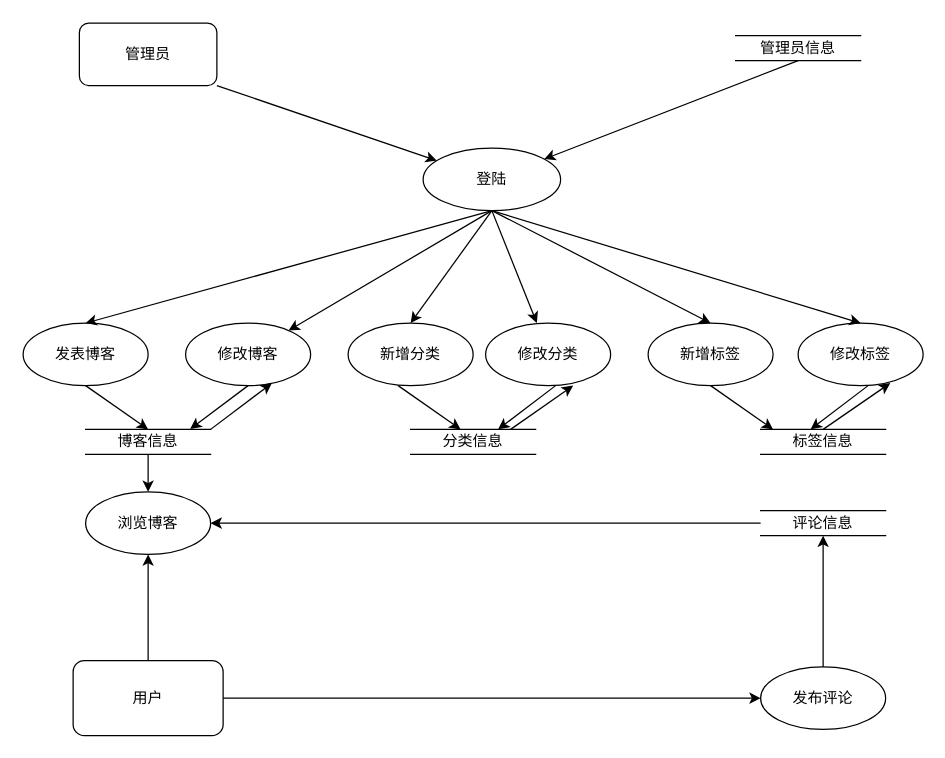
The draw.io diagram 未命名绘图.drawio in zyl-2000/draw, before the edit. Source tidied: cells renumbered, new cells numbered last; positions are measured from the earlier drawing's top-left corner, leaving out a move shared by most shapes. Both pictures are drawn from the tidied source at 125%, with x=0, y=0 at pixel (22, 22).
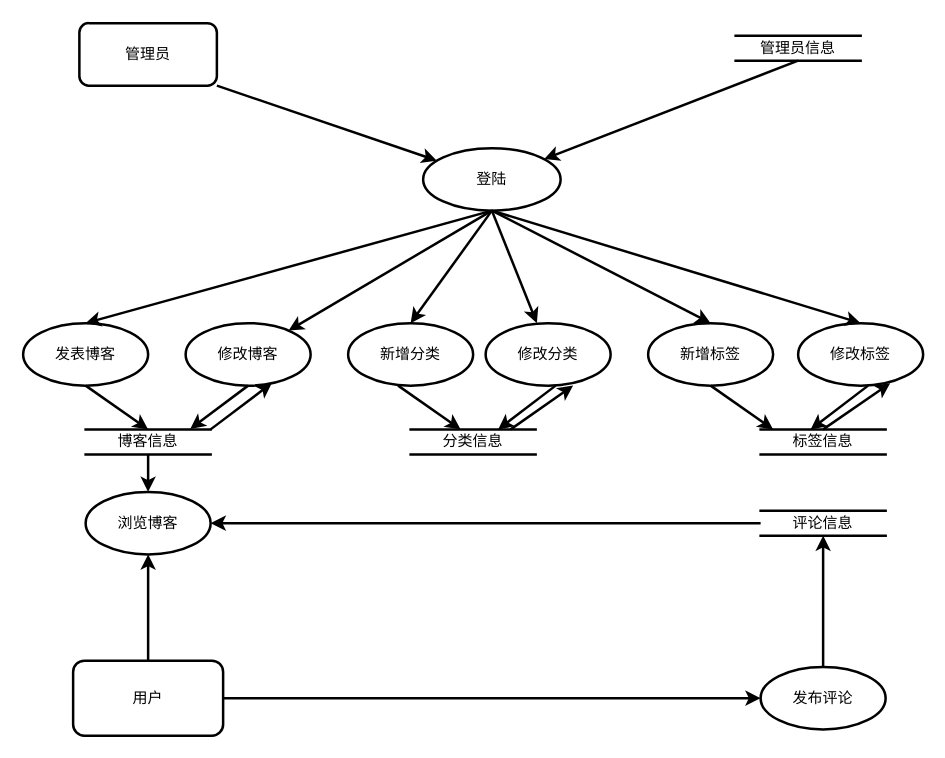
The same page after the edit.

Commit message:
更新未命名绘图.drawio

Diff of the diagram source:
```diff
@@
-    <mxCell id="2" value="管理员" style="html=1;whiteSpace=wrap;rounded=1;" parent="1" vertex="1">
+    <mxCell id="2" value="管理员" style="html=1;whiteSpace=wrap;rounded=1;strokeWidth=2;" parent="1" vertex="1">
       <mxGeometry x="45" width="110" height="50" as="geometry" />
     </mxCell>
-    <mxCell id="3" value="登陆" style="ellipse;whiteSpace=wrap;html=1;rounded=1;" parent="1" vertex="1">
+    <mxCell id="3" value="登陆" style="ellipse;whiteSpace=wrap;html=1;rounded=1;strokeWidth=2;" parent="1" vertex="1">
       <mxGeometry x="320" y="100" width="110" height="50" as="geometry" />
     </mxCell>
-    <mxCell id="4" value="发表博客" style="ellipse;whiteSpace=wrap;html=1;rounded=1;" parent="1" vertex="1">
+    <mxCell id="4" value="发表博客" style="ellipse;whiteSpace=wrap;html=1;rounded=1;strokeWidth=2;" parent="1" vertex="1">
       <mxGeometry y="240" width="100" height="50" as="geometry" />
     </mxCell>
-    <mxCell id="5" value="修改博客" style="ellipse;whiteSpace=wrap;html=1;rounded=1;" parent="1" vertex="1">
+    <mxCell id="5" value="修改博客" style="ellipse;whiteSpace=wrap;html=1;rounded=1;strokeWidth=2;" parent="1" vertex="1">
       <mxGeometry x="130" y="240" width="100" height="50" as="geometry" />
     </mxCell>
-    <mxCell id="6" value="新增分类" style="ellipse;whiteSpace=wrap;html=1;rounded=1;" parent="1" vertex="1">
+    <mxCell id="6" value="新增分类" style="ellipse;whiteSpace=wrap;html=1;rounded=1;strokeWidth=2;" parent="1" vertex="1">
       <mxGeometry x="260" y="240" width="100" height="50" as="geometry" />
     </mxCell>
-    <mxCell id="7" value="修改分类" style="ellipse;whiteSpace=wrap;html=1;rounded=1;" parent="1" vertex="1">
+    <mxCell id="7" value="修改分类" style="ellipse;whiteSpace=wrap;html=1;rounded=1;strokeWidth=2;" parent="1" vertex="1">
       <mxGeometry x="370" y="240" width="100" height="50" as="geometry" />
     </mxCell>
-    <mxCell id="8" value="新增标签" style="ellipse;whiteSpace=wrap;html=1;rounded=1;" parent="1" vertex="1">
+    <mxCell id="8" value="新增标签" style="ellipse;whiteSpace=wrap;html=1;rounded=1;strokeWidth=2;" parent="1" vertex="1">
       <mxGeometry x="500" y="240" width="100" height="50" as="geometry" />
     </mxCell>
-    <mxCell id="9" value="修改标签" style="ellipse;whiteSpace=wrap;html=1;rounded=1;" parent="1" vertex="1">
+    <mxCell id="9" value="修改标签" style="ellipse;whiteSpace=wrap;html=1;rounded=1;strokeWidth=2;" parent="1" vertex="1">
       <mxGeometry x="620" y="240" width="100" height="50" as="geometry" />
     </mxCell>
-    <mxCell id="10" value="博客信息" style="shape=partialRectangle;whiteSpace=wrap;html=1;left=0;right=0;fillColor=none;rounded=1;" parent="1" vertex="1">
+    <mxCell id="10" value="博客信息" style="shape=partialRectangle;whiteSpace=wrap;html=1;left=0;right=0;fillColor=none;rounded=1;strokeWidth=2;" parent="1" vertex="1">
       <mxGeometry x="50" y="325" width="100" height="20" as="geometry" />
     </mxCell>
-    <mxCell id="11" value="标签信息" style="shape=partialRectangle;whiteSpace=wrap;html=1;left=0;right=0;fillColor=none;rounded=1;" parent="1" vertex="1">
+    <mxCell id="11" value="标签信息" style="shape=partialRectangle;whiteSpace=wrap;html=1;left=0;right=0;fillColor=none;rounded=1;strokeWidth=2;" parent="1" vertex="1">
       <mxGeometry x="590" y="325" width="100" height="20" as="geometry" />
     </mxCell>
-    <mxCell id="12" value="分类信息" style="shape=partialRectangle;whiteSpace=wrap;html=1;left=0;right=0;fillColor=none;rounded=1;" parent="1" vertex="1">
+    <mxCell id="12" value="分类信息" style="shape=partialRectangle;whiteSpace=wrap;html=1;left=0;right=0;fillColor=none;rounded=1;strokeWidth=2;" parent="1" vertex="1">
       <mxGeometry x="310" y="325" width="100" height="20" as="geometry" />
     </mxCell>
-    <mxCell id="13" style="endArrow=classic;html=1;rounded=1;exitX=1;exitY=1;exitDx=0;exitDy=0;" parent="1" edge="1" source="2" target="3">
+    <mxCell id="13" style="endArrow=classic;html=1;rounded=1;exitX=1;exitY=1;exitDx=0;exitDy=0;strokeWidth=2;" parent="1" edge="1" source="2" target="3">
       <mxGeometry relative="1" as="geometry" />
     </mxCell>
-    <mxCell id="14" style="endArrow=classic;html=1;rounded=1;entryX=0.5;entryY=0;entryDx=0;entryDy=0;exitX=0.5;exitY=1;exitDx=0;exitDy=0;" parent="1" edge="1" source="3" target="4">
+    <mxCell id="14" style="endArrow=classic;html=1;rounded=1;entryX=0.5;entryY=0;entryDx=0;entryDy=0;exitX=0.5;exitY=1;exitDx=0;exitDy=0;strokeWidth=2;" parent="1" edge="1" source="3" target="4">
       <mxGeometry relative="1" as="geometry" />
     </mxCell>
-    <mxCell id="15" style="endArrow=classic;html=1;rounded=1;exitX=0.5;exitY=1;exitDx=0;exitDy=0;" parent="1" edge="1" source="3" target="5">
+    <mxCell id="15" style="endArrow=classic;html=1;rounded=1;exitX=0.5;exitY=1;exitDx=0;exitDy=0;strokeWidth=2;" parent="1" edge="1" source="3" target="5">
       <mxGeometry relative="1" as="geometry" />
     </mxCell>
-    <mxCell id="16" style="endArrow=classic;html=1;rounded=1;entryX=0.41;entryY=0;entryDx=0;entryDy=0;entryPerimeter=0;exitX=0.5;exitY=1;exitDx=0;exitDy=0;" parent="1" edge="1" source="3" target="7">
+    <mxCell id="16" style="endArrow=classic;html=1;rounded=1;entryX=0.41;entryY=0;entryDx=0;entryDy=0;entryPerimeter=0;exitX=0.5;exitY=1;exitDx=0;exitDy=0;strokeWidth=2;" parent="1" edge="1" source="3" target="7">
       <mxGeometry relative="1" as="geometry" />
     </mxCell>
-    <mxCell id="17" style="endArrow=classic;html=1;rounded=1;entryX=0.5;entryY=0;entryDx=0;entryDy=0;exitX=0.5;exitY=1;exitDx=0;exitDy=0;" parent="1" edge="1" source="3" target="6">
+    <mxCell id="17" style="endArrow=classic;html=1;rounded=1;entryX=0.5;entryY=0;entryDx=0;entryDy=0;exitX=0.5;exitY=1;exitDx=0;exitDy=0;strokeWidth=2;" parent="1" edge="1" source="3" target="6">
       <mxGeometry relative="1" as="geometry" />
     </mxCell>
-    <mxCell id="18" style="endArrow=classic;html=1;rounded=1;entryX=0.5;entryY=0;entryDx=0;entryDy=0;exitX=0.5;exitY=1;exitDx=0;exitDy=0;" parent="1" edge="1" source="3" target="9">
+    <mxCell id="18" style="endArrow=classic;html=1;rounded=1;entryX=0.5;entryY=0;entryDx=0;entryDy=0;exitX=0.5;exitY=1;exitDx=0;exitDy=0;strokeWidth=2;" parent="1" edge="1" source="3" target="9">
       <mxGeometry relative="1" as="geometry" />
     </mxCell>
-    <mxCell id="19" style="endArrow=classic;html=1;rounded=1;entryX=0.5;entryY=0;entryDx=0;entryDy=0;exitX=0.5;exitY=1;exitDx=0;exitDy=0;" parent="1" edge="1" source="3" target="8">
+    <mxCell id="19" style="endArrow=classic;html=1;rounded=1;entryX=0.5;entryY=0;entryDx=0;entryDy=0;exitX=0.5;exitY=1;exitDx=0;exitDy=0;strokeWidth=2;" parent="1" edge="1" source="3" target="8">
       <mxGeometry relative="1" as="geometry" />
     </mxCell>
-    <mxCell id="20" style="endArrow=classic;html=1;rounded=1;entryX=0.5;entryY=0;entryDx=0;entryDy=0;exitX=0.5;exitY=1;exitDx=0;exitDy=0;" parent="1" edge="1" source="4" target="10">
+    <mxCell id="20" style="endArrow=classic;html=1;rounded=1;entryX=0.5;entryY=0;entryDx=0;entryDy=0;exitX=0.5;exitY=1;exitDx=0;exitDy=0;strokeWidth=2;" parent="1" edge="1" source="4" target="10">
       <mxGeometry relative="1" as="geometry" />
     </mxCell>
-    <mxCell id="21" style="endArrow=classic;html=1;rounded=1;entryX=0.837;entryY=-0.017;entryDx=0;entryDy=0;entryPerimeter=0;" parent="1" edge="1" target="10">
+    <mxCell id="21" style="endArrow=classic;html=1;rounded=1;entryX=0.837;entryY=-0.017;entryDx=0;entryDy=0;entryPerimeter=0;strokeWidth=2;" parent="1" edge="1" target="10">
       <mxGeometry relative="1" as="geometry">
         <mxPoint x="180" y="290" as="sourcePoint" />
       </mxGeometry>
     </mxCell>
-    <mxCell id="22" style="endArrow=classic;html=1;rounded=1;exitX=1;exitY=0;exitDx=0;exitDy=0;entryX=0.69;entryY=0.96;entryDx=0;entryDy=0;entryPerimeter=0;" parent="1" edge="1" source="10" target="5">
+    <mxCell id="22" style="endArrow=classic;html=1;rounded=1;exitX=1;exitY=0;exitDx=0;exitDy=0;entryX=0.69;entryY=0.96;entryDx=0;entryDy=0;entryPerimeter=0;strokeWidth=2;" parent="1" edge="1" source="10" target="5">
       <mxGeometry relative="1" as="geometry" />
     </mxCell>
-    <mxCell id="23" style="endArrow=classic;html=1;rounded=1;entryX=0.5;entryY=0;entryDx=0;entryDy=0;exitX=0.5;exitY=1;exitDx=0;exitDy=0;" parent="1" edge="1">
+    <mxCell id="23" style="endArrow=classic;html=1;rounded=1;entryX=0.5;entryY=0;entryDx=0;entryDy=0;exitX=0.5;exitY=1;exitDx=0;exitDy=0;strokeWidth=2;" parent="1" edge="1">
       <mxGeometry relative="1" as="geometry">
         <mxPoint x="300" y="290" as="sourcePoint" />
         <mxPoint x="350" y="325" as="targetPoint" />
       </mxGeometry>
     </mxCell>
-    <mxCell id="24" style="endArrow=classic;html=1;rounded=1;entryX=0.837;entryY=-0.017;entryDx=0;entryDy=0;entryPerimeter=0;" parent="1" edge="1">
+    <mxCell id="24" style="endArrow=classic;html=1;rounded=1;entryX=0.837;entryY=-0.017;entryDx=0;entryDy=0;entryPerimeter=0;strokeWidth=2;" parent="1" edge="1">
       <mxGeometry relative="1" as="geometry">
         <mxPoint x="426" y="290" as="sourcePoint" />
         <mxPoint x="380" y="325" as="targetPoint" />
       </mxGeometry>
     </mxCell>
-    <mxCell id="25" style="endArrow=classic;html=1;rounded=1;exitX=0.897;exitY=0.083;exitDx=0;exitDy=0;exitPerimeter=0;entryX=0.7;entryY=1;entryDx=0;entryDy=0;entryPerimeter=0;" parent="1" edge="1" target="7">
+    <mxCell id="25" style="endArrow=classic;html=1;rounded=1;exitX=0.897;exitY=0.083;exitDx=0;exitDy=0;exitPerimeter=0;entryX=0.7;entryY=1;entryDx=0;entryDy=0;entryPerimeter=0;strokeWidth=2;" parent="1" edge="1" target="7">
       <mxGeometry relative="1" as="geometry">
         <mxPoint x="390" y="325" as="sourcePoint" />
       </mxGeometry>
     </mxCell>
-    <mxCell id="26" style="endArrow=classic;html=1;rounded=1;entryX=0.837;entryY=-0.017;entryDx=0;entryDy=0;entryPerimeter=0;" parent="1" edge="1">
+    <mxCell id="26" style="endArrow=classic;html=1;rounded=1;entryX=0.837;entryY=-0.017;entryDx=0;entryDy=0;entryPerimeter=0;strokeWidth=2;" parent="1" edge="1">
       <mxGeometry relative="1" as="geometry">
         <mxPoint x="676" y="290" as="sourcePoint" />
         <mxPoint x="630" y="325" as="targetPoint" />
       </mxGeometry>
     </mxCell>
-    <mxCell id="27" style="endArrow=classic;html=1;rounded=1;exitX=0.897;exitY=0.083;exitDx=0;exitDy=0;exitPerimeter=0;entryX=0.737;entryY=0.96;entryDx=0;entryDy=0;entryPerimeter=0;" parent="1" edge="1" target="9">
+    <mxCell id="27" style="endArrow=classic;html=1;rounded=1;exitX=0.897;exitY=0.083;exitDx=0;exitDy=0;exitPerimeter=0;entryX=0.737;entryY=0.96;entryDx=0;entryDy=0;entryPerimeter=0;strokeWidth=2;" parent="1" edge="1" target="9">
       <mxGeometry relative="1" as="geometry">
         <mxPoint x="640" y="325" as="sourcePoint" />
       </mxGeometry>
     </mxCell>
-    <mxCell id="28" style="endArrow=classic;html=1;rounded=1;entryX=0.5;entryY=0;entryDx=0;entryDy=0;exitX=0.5;exitY=1;exitDx=0;exitDy=0;" parent="1" edge="1">
+    <mxCell id="28" style="endArrow=classic;html=1;rounded=1;entryX=0.5;entryY=0;entryDx=0;entryDy=0;exitX=0.5;exitY=1;exitDx=0;exitDy=0;strokeWidth=2;" parent="1" edge="1">
       <mxGeometry relative="1" as="geometry">
         <mxPoint x="550" y="290" as="sourcePoint" />
         <mxPoint x="600" y="325" as="targetPoint" />
       </mxGeometry>
     </mxCell>
-    <mxCell id="29" value="管理员信息" style="shape=partialRectangle;whiteSpace=wrap;html=1;left=0;right=0;fillColor=none;rounded=1;" parent="1" vertex="1">
+    <mxCell id="29" value="管理员信息" style="shape=partialRectangle;whiteSpace=wrap;html=1;left=0;right=0;fillColor=none;rounded=1;strokeWidth=2;" parent="1" vertex="1">
       <mxGeometry x="570" y="10" width="100" height="20" as="geometry" />
     </mxCell>
-    <mxCell id="30" style="endArrow=classic;html=1;rounded=1;exitX=0.5;exitY=1;exitDx=0;exitDy=0;" parent="1" edge="1" source="29" target="3">
+    <mxCell id="30" style="endArrow=classic;html=1;rounded=1;exitX=0.5;exitY=1;exitDx=0;exitDy=0;strokeWidth=2;" parent="1" edge="1" source="29" target="3">
       <mxGeometry relative="1" as="geometry" />
     </mxCell>
-    <mxCell id="31" value="用户" style="rounded=1;whiteSpace=wrap;html=1;" parent="1" vertex="1">
+    <mxCell id="31" value="用户" style="rounded=1;whiteSpace=wrap;html=1;strokeWidth=2;" parent="1" vertex="1">
       <mxGeometry x="40" y="510" width="120" height="60" as="geometry" />
     </mxCell>
-    <mxCell id="32" value="浏览博客" style="ellipse;whiteSpace=wrap;html=1;rounded=1;" parent="1" vertex="1">
+    <mxCell id="32" value="浏览博客" style="ellipse;whiteSpace=wrap;html=1;rounded=1;strokeWidth=2;" parent="1" vertex="1">
       <mxGeometry x="50" y="375" width="100" height="50" as="geometry" />
     </mxCell>
-    <mxCell id="33" style="endArrow=classic;html=1;rounded=1;entryX=0.5;entryY=1;entryDx=0;entryDy=0;exitX=0.5;exitY=0;exitDx=0;exitDy=0;" parent="1" edge="1" source="31" target="32">
+    <mxCell id="33" style="endArrow=classic;html=1;rounded=1;entryX=0.5;entryY=1;entryDx=0;entryDy=0;exitX=0.5;exitY=0;exitDx=0;exitDy=0;strokeWidth=2;" parent="1" edge="1" source="31" target="32">
       <mxGeometry relative="1" as="geometry" />
     </mxCell>
-    <mxCell id="34" style="endArrow=classic;html=1;rounded=1;entryX=0.5;entryY=0;entryDx=0;entryDy=0;exitX=0.5;exitY=1;exitDx=0;exitDy=0;" parent="1" edge="1" source="10" target="32">
+    <mxCell id="34" style="endArrow=classic;html=1;rounded=1;entryX=0.5;entryY=0;entryDx=0;entryDy=0;exitX=0.5;exitY=1;exitDx=0;exitDy=0;strokeWidth=2;" parent="1" edge="1" source="10" target="32">
       <mxGeometry relative="1" as="geometry" />
     </mxCell>
-    <mxCell id="35" value="评论信息" style="shape=partialRectangle;whiteSpace=wrap;html=1;left=0;right=0;fillColor=none;rounded=1;" parent="1" vertex="1">
+    <mxCell id="35" value="评论信息" style="shape=partialRectangle;whiteSpace=wrap;html=1;left=0;right=0;fillColor=none;rounded=1;strokeWidth=2;" parent="1" vertex="1">
       <mxGeometry x="590" y="390" width="100" height="20" as="geometry" />
     </mxCell>
-    <mxCell id="36" value="发布评论" style="ellipse;whiteSpace=wrap;html=1;rounded=1;" parent="1" vertex="1">
+    <mxCell id="36" value="发布评论" style="ellipse;whiteSpace=wrap;html=1;rounded=1;strokeWidth=2;" parent="1" vertex="1">
       <mxGeometry x="590" y="515" width="100" height="50" as="geometry" />
     </mxCell>
-    <mxCell id="37" style="endArrow=classic;html=1;rounded=1;entryX=0;entryY=0.5;entryDx=0;entryDy=0;exitX=1;exitY=0.5;exitDx=0;exitDy=0;" parent="1" edge="1" source="31" target="36">
+    <mxCell id="37" style="endArrow=classic;html=1;rounded=1;entryX=0;entryY=0.5;entryDx=0;entryDy=0;exitX=1;exitY=0.5;exitDx=0;exitDy=0;strokeWidth=2;" parent="1" edge="1" source="31" target="36">
       <mxGeometry relative="1" as="geometry" />
     </mxCell>
-    <mxCell id="38" style="endArrow=classic;html=1;rounded=1;entryX=0.5;entryY=1;entryDx=0;entryDy=0;exitX=0.5;exitY=0;exitDx=0;exitDy=0;" parent="1" edge="1" source="36" target="35">
+    <mxCell id="38" style="endArrow=classic;html=1;rounded=1;entryX=0.5;entryY=1;entryDx=0;entryDy=0;exitX=0.5;exitY=0;exitDx=0;exitDy=0;strokeWidth=2;" parent="1" edge="1" source="36" target="35">
       <mxGeometry relative="1" as="geometry" />
     </mxCell>
-    <mxCell id="39" style="endArrow=classic;html=1;rounded=1;entryX=1;entryY=0.5;entryDx=0;entryDy=0;exitX=0;exitY=0.5;exitDx=0;exitDy=0;" parent="1" edge="1" source="35" target="32">
+    <mxCell id="39" style="endArrow=classic;html=1;rounded=1;entryX=1;entryY=0.5;entryDx=0;entryDy=0;exitX=0;exitY=0.5;exitDx=0;exitDy=0;strokeWidth=2;" parent="1" edge="1" source="35" target="32">
       <mxGeometry relative="1" as="geometry" />
     </mxCell>
```
